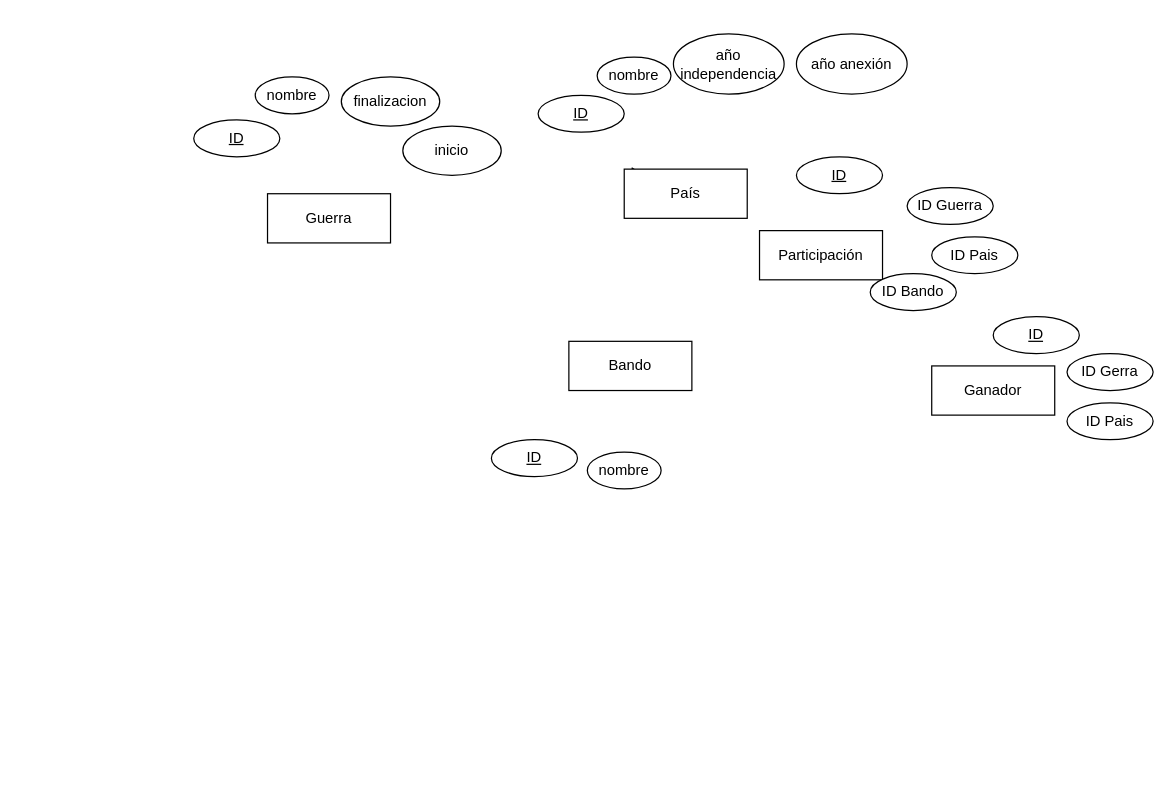
Earlier version of the draw.io diagram ej4.drawio (adriii28/amr-tsys-C3U12-11102023). Source tidied: cells renumbered, new cells numbered last; positions are measured from the earlier drawing's top-left corner, leaving out a move shared by most shapes. Both pictures are drawn from the tidied source at 123%, with x=0, y=0 at pixel (193, 33).
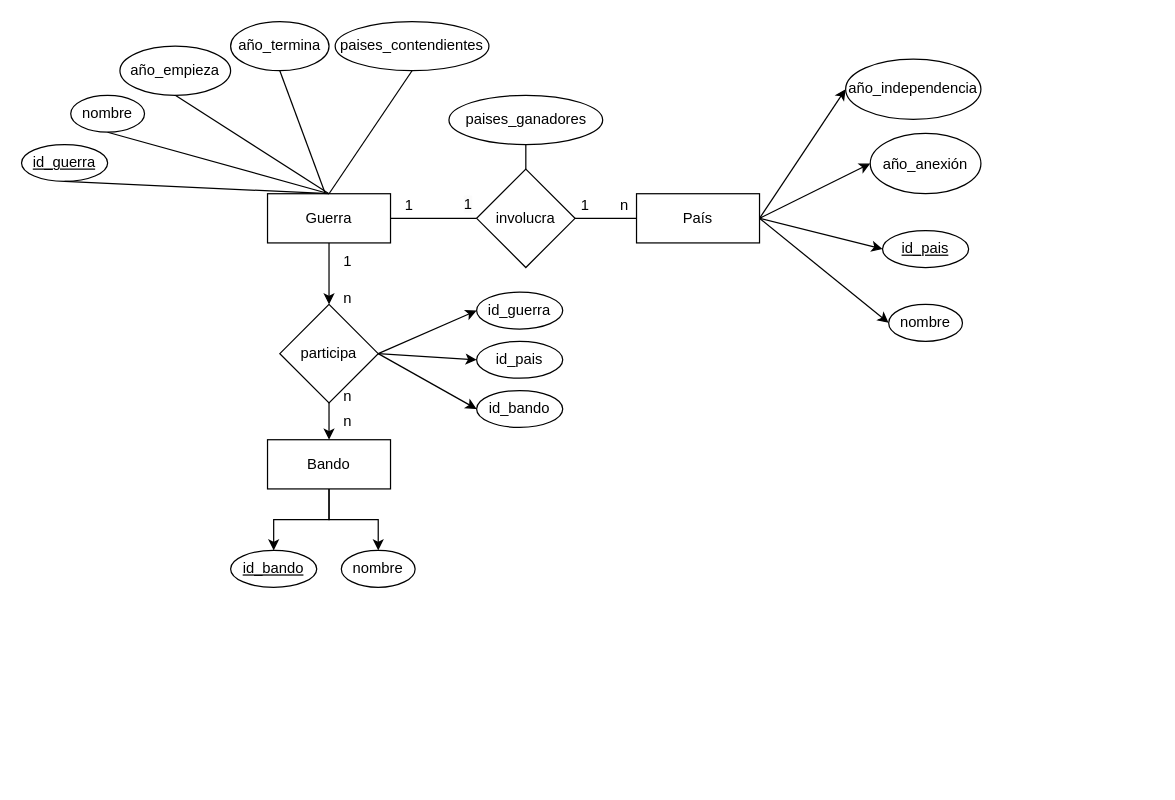
After the change.

Unchanged cells that the change refers to:
```xml
<mxCell id="2" value="Guerra" style="whiteSpace=wrap;html=1;align=center;" parent="1" vertex="1">
  <mxGeometry x="60" y="130" width="100" height="40" as="geometry" />
</mxCell>
```

What changed in the source:
```diff
@@
+    <mxCell id="25" style="edgeStyle=orthogonalEdgeStyle;rounded=0;jettySize=auto;html=1;entryX=0.5;entryY=0;entryDx=0;entryDy=0;" parent="1" edge="1" source="2" target="37">
+      <mxGeometry relative="1" as="geometry" />
+    </mxCell>
@@
-    <mxCell id="3" value="Bando" style="whiteSpace=wrap;html=1;align=center;" parent="1" vertex="1">
-      <mxGeometry x="305" y="250" width="100" height="40" as="geometry" />
-    </mxCell>
-    <mxCell id="4" value="Participación" style="whiteSpace=wrap;html=1;align=center;" parent="1" vertex="1">
-      <mxGeometry x="460" y="160" width="100" height="40" as="geometry" />
-    </mxCell>
-    <mxCell id="5" value="Ganador" style="whiteSpace=wrap;html=1;align=center;" parent="1" vertex="1">
-      <mxGeometry x="600" y="270" width="100" height="40" as="geometry" />
-    </mxCell>
+    <mxCell id="26" style="rounded=0;jettySize=auto;html=1;entryX=0;entryY=0.5;entryDx=0;entryDy=0;exitX=1;exitY=0.5;exitDx=0;exitDy=0;" parent="1" edge="1" source="12" target="13">
+      <mxGeometry relative="1" as="geometry" />
+    </mxCell>
+    <mxCell id="12" value="País" style="whiteSpace=wrap;html=1;align=center;" parent="1" vertex="1">
+      <mxGeometry x="360" y="130" width="100" height="40" as="geometry" />
+    </mxCell>
+    <mxCell id="9" value="año_empieza" style="ellipse;whiteSpace=wrap;html=1;" parent="1" vertex="1">
+      <mxGeometry x="-60" y="10" width="90" height="40" as="geometry" />
+    </mxCell>
-    <mxCell id="6" value="&lt;u&gt;ID&lt;/u&gt;" style="ellipse;whiteSpace=wrap;html=1;align=center;" parent="1" vertex="1">
-      <mxGeometry y="70" width="70" height="30" as="geometry" />
+    <mxCell id="6" value="&lt;u&gt;id_guerra&lt;/u&gt;" style="ellipse;whiteSpace=wrap;html=1;align=center;" parent="1" vertex="1">
+      <mxGeometry x="-140" y="90" width="70" height="30" as="geometry" />
     </mxCell>
-    <mxCell id="7" value="inicio" style="ellipse;whiteSpace=wrap;html=1;" parent="1" vertex="1">
-      <mxGeometry x="170" y="75" width="80" height="40" as="geometry" />
+    <mxCell id="7" value="año_termina" style="ellipse;whiteSpace=wrap;html=1;" parent="1" vertex="1">
+      <mxGeometry x="30" y="-10" width="80" height="40" as="geometry" />
     </mxCell>
     <mxCell id="8" value="nombre" style="ellipse;whiteSpace=wrap;html=1;align=center;" parent="1" vertex="1">
-      <mxGeometry x="50" y="35" width="60" height="30" as="geometry" />
+      <mxGeometry x="-100" y="50" width="60" height="30" as="geometry" />
     </mxCell>
-    <mxCell id="9" value="finalizacion" style="ellipse;whiteSpace=wrap;html=1;" parent="1" vertex="1">
-      <mxGeometry x="120" y="35" width="80" height="40" as="geometry" />
-    </mxCell>
+    <mxCell id="27" style="endArrow=none;html=1;rounded=0;entryX=1;entryY=0.5;entryDx=0;entryDy=0;" parent="1" edge="1" target="2">
+      <mxGeometry relative="1" as="geometry">
+        <mxPoint x="230" y="150" as="sourcePoint" />
+      </mxGeometry>
+    </mxCell>
+    <mxCell id="28" style="endArrow=none;html=1;rounded=0;exitX=0;exitY=0.5;exitDx=0;exitDy=0;entryX=1;entryY=0.5;entryDx=0;entryDy=0;" parent="1" edge="1" source="12" target="29">
+      <mxGeometry relative="1" as="geometry" />
+    </mxCell>
+    <mxCell id="29" value="involucra" style="rhombus;whiteSpace=wrap;html=1;" parent="1" vertex="1">
+      <mxGeometry x="230" y="110" width="80" height="80" as="geometry" />
+    </mxCell>
+    <mxCell id="30" value="paises_contendientes" style="ellipse;whiteSpace=wrap;html=1;" parent="1" vertex="1">
+      <mxGeometry x="115" y="-10" width="125" height="40" as="geometry" />
+    </mxCell>
+    <mxCell id="31" style="endArrow=none;html=1;rounded=0;entryX=0.5;entryY=0;entryDx=0;entryDy=0;exitX=0.5;exitY=1;exitDx=0;exitDy=0;" parent="1" edge="1" source="30" target="2">
+      <mxGeometry relative="1" as="geometry" />
+    </mxCell>
+    <mxCell id="32" value="paises_ganadores" style="ellipse;whiteSpace=wrap;html=1;" parent="1" vertex="1">
+      <mxGeometry x="207.5" y="50" width="125" height="40" as="geometry" />
+    </mxCell>
+    <mxCell id="33" style="endArrow=none;html=1;rounded=0;entryX=0.5;entryY=0;entryDx=0;entryDy=0;exitX=0.5;exitY=1;exitDx=0;exitDy=0;" parent="1" edge="1" source="32" target="29">
+      <mxGeometry relative="1" as="geometry" />
+    </mxCell>
+    <mxCell id="34" value="&lt;div style=&quot;font-size: 17px;&quot;&gt;&lt;br&gt;&lt;/div&gt;" style="text;html=1;align=center;verticalAlign=middle;strokeColor=none;fillColor=none;" parent="1" vertex="1">
+      <mxGeometry x="105" y="575" width="20" height="30" as="geometry" />
+    </mxCell>
+    <mxCell id="35" style="edgeStyle=orthogonalEdgeStyle;rounded=0;jettySize=auto;html=1;entryX=0.5;entryY=0;entryDx=0;entryDy=0;" parent="1" edge="1" source="37" target="3">
+      <mxGeometry relative="1" as="geometry" />
+    </mxCell>
+    <mxCell id="36" style="rounded=0;jettySize=auto;html=1;exitX=1;exitY=0.5;exitDx=0;exitDy=0;entryX=0;entryY=0.5;entryDx=0;entryDy=0;" parent="1" edge="1" source="37" target="50">
+      <mxGeometry relative="1" as="geometry" />
+    </mxCell>
+    <mxCell id="37" value="participa" style="rhombus;whiteSpace=wrap;html=1;" parent="1" vertex="1">
+      <mxGeometry x="70" y="220" width="80" height="80" as="geometry" />
+    </mxCell>
-    <mxCell id="10" value="&lt;u&gt;ID&lt;/u&gt;" style="ellipse;whiteSpace=wrap;html=1;align=center;" parent="1" vertex="1">
-      <mxGeometry x="280" y="50" width="70" height="30" as="geometry" />
+    <mxCell id="10" value="&lt;u&gt;id_pais&lt;/u&gt;" style="ellipse;whiteSpace=wrap;html=1;align=center;" parent="1" vertex="1">
+      <mxGeometry x="560" y="160" width="70" height="30" as="geometry" />
     </mxCell>
-    <mxCell id="11" style="endArrow=none;html=1;rounded=0;entryX=0.16;entryY=-0.025;entryDx=0;entryDy=0;entryPerimeter=0;exitX=0.643;exitY=0.867;exitDx=0;exitDy=0;exitPerimeter=0;" parent="1" edge="1" source="12">
-      <mxGeometry relative="1" as="geometry">
-        <mxPoint x="356" y="109" as="targetPoint" />
-      </mxGeometry>
-    </mxCell>
-    <mxCell id="12" value="País" style="whiteSpace=wrap;html=1;align=center;" parent="1" vertex="1">
-      <mxGeometry x="350" y="110" width="100" height="40" as="geometry" />
-    </mxCell>
-    <mxCell id="13" value="año independencia" style="ellipse;whiteSpace=wrap;html=1;align=center;" parent="1" vertex="1">
-      <mxGeometry x="390" width="90" height="49" as="geometry" />
+    <mxCell id="13" value="año_independencia" style="ellipse;whiteSpace=wrap;html=1;align=center;" parent="1" vertex="1">
+      <mxGeometry x="530" y="20.5" width="110" height="49" as="geometry" />
     </mxCell>
+    <mxCell id="15" value="año_anexión" style="ellipse;whiteSpace=wrap;html=1;align=center;" parent="1" vertex="1">
+      <mxGeometry x="550" y="81" width="90" height="49" as="geometry" />
+    </mxCell>
+    <mxCell id="17" value="nombre" style="ellipse;whiteSpace=wrap;html=1;align=center;" parent="1" vertex="1">
+      <mxGeometry x="565" y="220" width="60" height="30" as="geometry" />
+    </mxCell>
+    <mxCell id="38" style="endArrow=none;html=1;rounded=0;entryX=0.5;entryY=0;entryDx=0;entryDy=0;exitX=0.5;exitY=1;exitDx=0;exitDy=0;" parent="1" edge="1" source="7">
+      <mxGeometry relative="1" as="geometry">
+        <mxPoint x="107" y="130" as="targetPoint" />
+      </mxGeometry>
+    </mxCell>
+    <mxCell id="39" style="endArrow=none;html=1;rounded=0;entryX=0.5;entryY=0;entryDx=0;entryDy=0;exitX=0.5;exitY=1;exitDx=0;exitDy=0;" parent="1" edge="1" source="9" target="2">
+      <mxGeometry relative="1" as="geometry" />
+    </mxCell>
+    <mxCell id="40" style="endArrow=none;html=1;rounded=0;entryX=0.5;entryY=0;entryDx=0;entryDy=0;exitX=0.5;exitY=1;exitDx=0;exitDy=0;" parent="1" edge="1" source="8" target="2">
+      <mxGeometry relative="1" as="geometry" />
+    </mxCell>
+    <mxCell id="41" style="endArrow=none;html=1;rounded=0;entryX=0.5;entryY=1;entryDx=0;entryDy=0;exitX=0.5;exitY=0;exitDx=0;exitDy=0;" parent="1" edge="1" source="2" target="6">
+      <mxGeometry relative="1" as="geometry" />
+    </mxCell>
+    <mxCell id="42" style="edgeStyle=orthogonalEdgeStyle;rounded=0;orthogonalLoop=1;jettySize=auto;html=1;exitX=0.5;exitY=1;exitDx=0;exitDy=0;" parent="1" edge="1">
+      <mxGeometry relative="1" as="geometry">
+        <mxPoint x="172.5" y="515" as="sourcePoint" />
+        <mxPoint x="172.5" y="515" as="targetPoint" />
+      </mxGeometry>
+    </mxCell>
+    <mxCell id="43" style="rounded=0;jettySize=auto;html=1;entryX=0;entryY=0.5;entryDx=0;entryDy=0;exitX=1;exitY=0.5;exitDx=0;exitDy=0;" parent="1" edge="1" source="12" target="15">
+      <mxGeometry relative="1" as="geometry" />
+    </mxCell>
+    <mxCell id="44" style="rounded=0;jettySize=auto;html=1;entryX=0;entryY=0.5;entryDx=0;entryDy=0;exitX=1;exitY=0.5;exitDx=0;exitDy=0;" parent="1" edge="1" source="12" target="10">
+      <mxGeometry relative="1" as="geometry" />
+    </mxCell>
+    <mxCell id="45" style="rounded=0;jettySize=auto;html=1;exitX=1;exitY=0.5;exitDx=0;exitDy=0;entryX=0;entryY=0.5;entryDx=0;entryDy=0;" parent="1" edge="1" source="12" target="17">
+      <mxGeometry relative="1" as="geometry" />
+    </mxCell>
+    <mxCell id="46" value="1" style="text;html=1;align=center;verticalAlign=middle;strokeColor=none;fillColor=none;" parent="1" vertex="1">
+      <mxGeometry x="302.5" y="125" width="30" height="30" as="geometry" />
+    </mxCell>
+    <mxCell id="47" value="n" style="text;html=1;align=center;verticalAlign=middle;strokeColor=none;fillColor=none;" parent="1" vertex="1">
+      <mxGeometry x="335" y="125" width="30" height="30" as="geometry" />
+    </mxCell>
+    <mxCell id="48" value="1" style="text;html=1;align=center;verticalAlign=middle;strokeColor=none;fillColor=none;" parent="1" vertex="1">
+      <mxGeometry x="160" y="125" width="30" height="30" as="geometry" />
+    </mxCell>
+    <mxCell id="49" value="&lt;span style=&quot;color: rgb(0, 0, 0); font-family: Helvetica; font-size: 12px; font-style: normal; font-variant-ligatures: normal; font-variant-caps: normal; font-weight: 400; letter-spacing: normal; orphans: 2; text-align: center; text-indent: 0px; text-transform: none; widows: 2; word-spacing: 0px; -webkit-text-stroke-width: 0px; background-color: rgb(251, 251, 251); text-decoration-thickness: initial; text-decoration-style: initial; text-decoration-color: initial; float: none; display: inline !important;&quot;&gt;1&lt;/span&gt;" style="text;whiteSpace=wrap;html=1;" parent="1" vertex="1">
+      <mxGeometry x="217.5" y="125" width="12.5" height="20" as="geometry" />
+    </mxCell>
+    <mxCell id="50" value="id_guerra" style="ellipse;whiteSpace=wrap;html=1;align=center;" parent="1" vertex="1">
+      <mxGeometry x="230" y="210" width="70" height="30" as="geometry" />
+    </mxCell>
+    <mxCell id="51" value="id_pais" style="ellipse;whiteSpace=wrap;html=1;align=center;" parent="1" vertex="1">
+      <mxGeometry x="230" y="250" width="70" height="30" as="geometry" />
+    </mxCell>
+    <mxCell id="52" style="edgeStyle=orthogonalEdgeStyle;rounded=0;jettySize=auto;html=1;exitX=0.5;exitY=1;exitDx=0;exitDy=0;entryX=0.5;entryY=0;entryDx=0;entryDy=0;" parent="1" edge="1" source="3" target="54">
+      <mxGeometry relative="1" as="geometry" />
+    </mxCell>
+    <mxCell id="53" style="edgeStyle=orthogonalEdgeStyle;rounded=0;jettySize=auto;html=1;entryX=0.5;entryY=0;entryDx=0;entryDy=0;" parent="1" edge="1" source="3" target="14">
+      <mxGeometry relative="1" as="geometry" />
+    </mxCell>
+    <mxCell id="3" value="Bando" style="whiteSpace=wrap;html=1;align=center;" parent="1" vertex="1">
+      <mxGeometry x="60" y="330" width="100" height="40" as="geometry" />
+    </mxCell>
+    <mxCell id="54" value="&lt;u&gt;id_bando&lt;/u&gt;" style="ellipse;whiteSpace=wrap;html=1;align=center;" parent="1" vertex="1">
+      <mxGeometry x="30" y="420" width="70" height="30" as="geometry" />
+    </mxCell>
     <mxCell id="14" value="nombre" style="ellipse;whiteSpace=wrap;html=1;align=center;" parent="1" vertex="1">
-      <mxGeometry x="328" y="19" width="60" height="30" as="geometry" />
+      <mxGeometry x="120" y="420" width="60" height="30" as="geometry" />
     </mxCell>
-    <mxCell id="15" value="año anexión" style="ellipse;whiteSpace=wrap;html=1;align=center;" parent="1" vertex="1">
-      <mxGeometry x="490" width="90" height="49" as="geometry" />
-    </mxCell>
-    <mxCell id="16" value="&lt;u&gt;ID&lt;/u&gt;" style="ellipse;whiteSpace=wrap;html=1;align=center;" parent="1" vertex="1">
-      <mxGeometry x="242" y="330" width="70" height="30" as="geometry" />
-    </mxCell>
-    <mxCell id="17" value="nombre" style="ellipse;whiteSpace=wrap;html=1;align=center;" parent="1" vertex="1">
-      <mxGeometry x="320" y="340" width="60" height="30" as="geometry" />
-    </mxCell>
-    <mxCell id="18" value="&lt;u&gt;ID&lt;/u&gt;" style="ellipse;whiteSpace=wrap;html=1;align=center;" parent="1" vertex="1">
-      <mxGeometry x="490" y="100" width="70" height="30" as="geometry" />
-    </mxCell>
-    <mxCell id="19" value="&lt;div&gt;ID Bando&lt;/div&gt;" style="ellipse;whiteSpace=wrap;html=1;align=center;" parent="1" vertex="1">
-      <mxGeometry x="550" y="195" width="70" height="30" as="geometry" />
-    </mxCell>
-    <mxCell id="20" value="ID Guerra" style="ellipse;whiteSpace=wrap;html=1;align=center;" parent="1" vertex="1">
-      <mxGeometry x="580" y="125" width="70" height="30" as="geometry" />
-    </mxCell>
-    <mxCell id="21" value="&lt;div&gt;ID Pais&lt;/div&gt;" style="ellipse;whiteSpace=wrap;html=1;align=center;" parent="1" vertex="1">
-      <mxGeometry x="600" y="165" width="70" height="30" as="geometry" />
-    </mxCell>
-    <mxCell id="22" value="&lt;div&gt;ID Gerra&lt;/div&gt;" style="ellipse;whiteSpace=wrap;html=1;align=center;" parent="1" vertex="1">
-      <mxGeometry x="710" y="260" width="70" height="30" as="geometry" />
-    </mxCell>
-    <mxCell id="23" value="&lt;u&gt;ID&lt;/u&gt;" style="ellipse;whiteSpace=wrap;html=1;align=center;" parent="1" vertex="1">
-      <mxGeometry x="650" y="230" width="70" height="30" as="geometry" />
-    </mxCell>
-    <mxCell id="24" value="&lt;div&gt;ID Pais&lt;br&gt;&lt;/div&gt;" style="ellipse;whiteSpace=wrap;html=1;align=center;" parent="1" vertex="1">
-      <mxGeometry x="710" y="300" width="70" height="30" as="geometry" />
-    </mxCell>
+    <mxCell id="55" value="n" style="text;html=1;align=center;verticalAlign=middle;strokeColor=none;fillColor=none;" parent="1" vertex="1">
+      <mxGeometry x="110" y="280" width="30" height="30" as="geometry" />
+    </mxCell>
+    <mxCell id="56" value="n" style="text;html=1;align=center;verticalAlign=middle;strokeColor=none;fillColor=none;" parent="1" vertex="1">
+      <mxGeometry x="110" y="300" width="30" height="30" as="geometry" />
+    </mxCell>
+    <mxCell id="57" value="1" style="text;html=1;align=center;verticalAlign=middle;strokeColor=none;fillColor=none;" parent="1" vertex="1">
+      <mxGeometry x="110" y="170" width="30" height="30" as="geometry" />
+    </mxCell>
+    <mxCell id="58" value="n" style="text;html=1;align=center;verticalAlign=middle;strokeColor=none;fillColor=none;" parent="1" vertex="1">
+      <mxGeometry x="110" y="200" width="30" height="30" as="geometry" />
+    </mxCell>
+    <mxCell id="59" style="rounded=0;jettySize=auto;html=1;exitX=1;exitY=0.5;exitDx=0;exitDy=0;entryX=0;entryY=0.5;entryDx=0;entryDy=0;" parent="1" edge="1" source="37" target="51">
+      <mxGeometry relative="1" as="geometry" />
+    </mxCell>
+    <mxCell id="60" style="rounded=0;jettySize=auto;html=1;exitX=1;exitY=0.5;exitDx=0;exitDy=0;entryX=0;entryY=0.5;entryDx=0;entryDy=0;" parent="1" edge="1" source="37" target="61">
+      <mxGeometry relative="1" as="geometry" />
+    </mxCell>
+    <mxCell id="61" value="id_bando" style="ellipse;whiteSpace=wrap;html=1;align=center;" parent="1" vertex="1">
+      <mxGeometry x="230" y="290" width="70" height="30" as="geometry" />
+    </mxCell>
```
